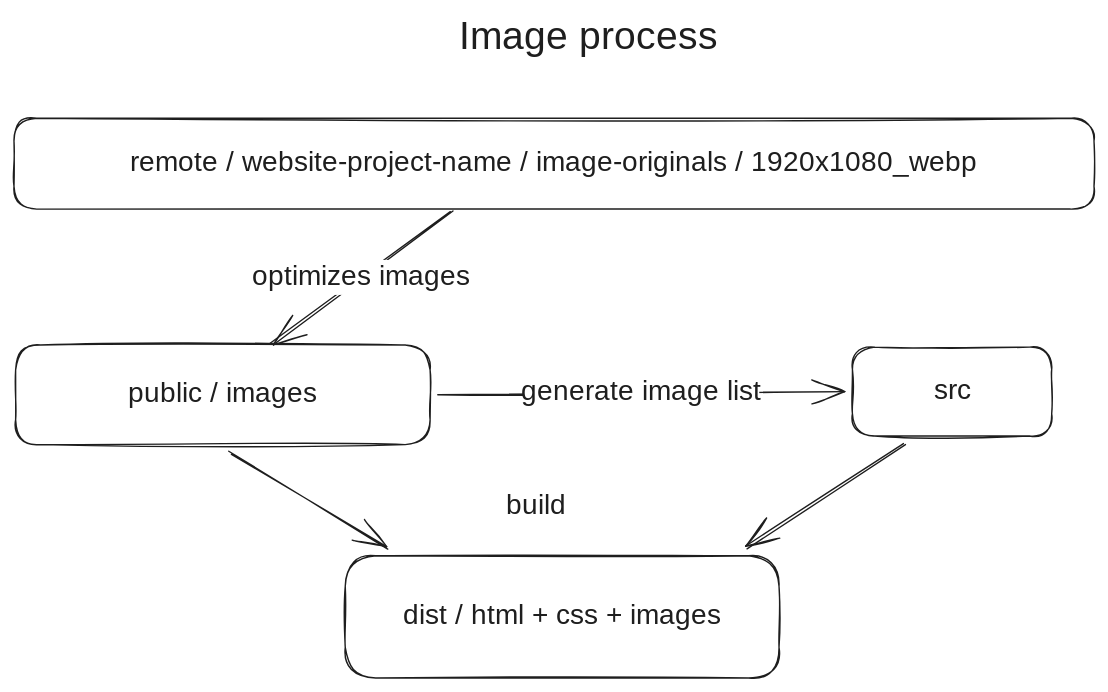
The Excalidraw diagram docs/arch/process_image_v1.excalidraw.svg in david1gp/optimize-images-web, before a commit. Source tidied: one line per element, renumbered; positions are measured from the earlier drawing's top-left corner, leaving out a move shared by most shapes.
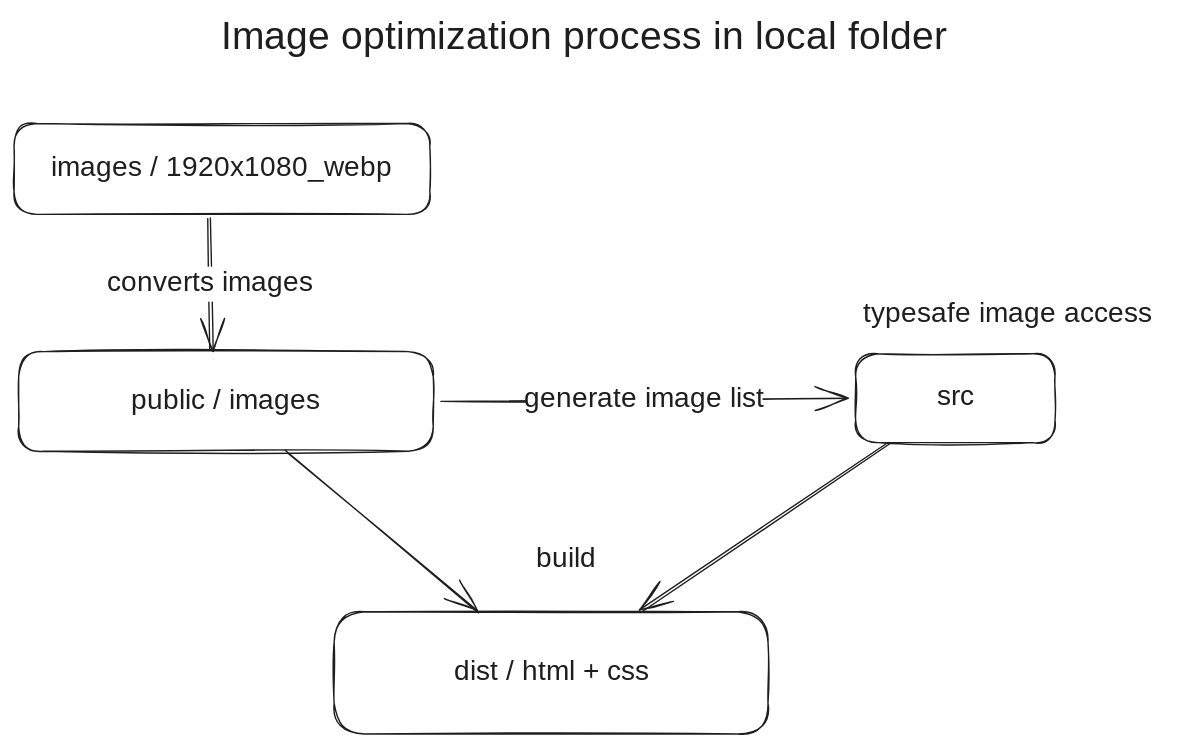
The same file after the commit.

Commit message:
feat(process): add process pipeline, syncing to/from remote with caching headers

Change to the diagram source:
```diff
@@ -1,16 +1,17 @@
-{"id": 0, "type": "text", "text": "Image process", "strokeColor": "#1e1e1e", "strokeWidth": 1, "roughness": 1, "fontSize": 28, "fontFamily": 5, "x": 318, "y": 0, "width": 195, "height": 35}
+{"id": 0, "type": "text", "text": "Image optimization process in local folder", "strokeColor": "#1e1e1e", "strokeWidth": 1, "roughness": 1, "fontSize": 28, "fontFamily": 5, "x": 146, "y": -5, "width": 567, "height": 35}
 {"id": 1, "type": "rectangle", "strokeColor": "#1e1e1e", "strokeWidth": 1, "roughness": 1, "round": true, "x": 599, "y": 238, "width": 142, "height": 63}
 {"id": 2, "type": "text", "text": "src", "strokeColor": "#1e1e1e", "strokeWidth": 1, "roughness": 1, "fontSize": 20, "fontFamily": 5, "textAlign": "center", "verticalAlign": "middle", "inside": 1, "x": 658, "y": 257, "width": 24, "height": 25}
-{"id": 3, "type": "rectangle", "strokeColor": "#1e1e1e", "strokeWidth": 1, "roughness": 1, "round": true, "x": 237, "y": 387, "width": 310, "height": 87}
+{"id": 3, "type": "rectangle", "strokeColor": "#1e1e1e", "strokeWidth": 1, "roughness": 1, "round": true, "x": 227, "y": 422, "width": 310, "height": 87}
-{"id": 4, "type": "text", "text": "dist / html + css + images", "strokeColor": "#1e1e1e", "strokeWidth": 1, "roughness": 1, "fontSize": 20, "fontFamily": 5, "textAlign": "center", "verticalAlign": "middle", "inside": 3, "x": 277, "y": 418, "width": 229, "height": 25}
+{"id": 4, "type": "text", "text": "dist / html + css", "strokeColor": "#1e1e1e", "strokeWidth": 1, "roughness": 1, "fontSize": 20, "fontFamily": 5, "textAlign": "center", "verticalAlign": "middle", "inside": 3, "x": 299, "y": 453, "width": 165, "height": 25}
-{"id": 5, "type": "arrow", "strokeColor": "#1e1e1e", "strokeWidth": 1, "roughness": 1, "endArrowhead": "arrow", "round": true, "from": 1, "to": 3, "x": 637, "y": 307, "width": 113, "height": 75, "points": [[0, 0], [-113, 75]]}
+{"id": 5, "type": "arrow", "strokeColor": "#1e1e1e", "strokeWidth": 1, "roughness": 1, "endArrowhead": "arrow", "round": true, "from": 1, "to": 3, "x": 624, "y": 301, "width": 178, "height": 121, "points": [[0, 0], [-178, 121]]}
-{"id": 6, "type": "rectangle", "strokeColor": "#1e1e1e", "strokeWidth": 1, "roughness": 1, "round": true, "x": 0, "y": 74, "width": 772, "height": 65}
+{"id": 6, "type": "rectangle", "strokeColor": "#1e1e1e", "strokeWidth": 1, "roughness": 1, "round": true, "x": -2, "y": 74, "width": 297, "height": 65}
-{"id": 7, "type": "text", "text": "remote / website-project-name / image-originals / 1920x1080_webp", "strokeColor": "#1e1e1e", "strokeWidth": 1, "roughness": 1, "fontSize": 20, "fontFamily": 5, "textAlign": "center", "verticalAlign": "middle", "inside": 6, "x": 57, "y": 94, "width": 658, "height": 25}
+{"id": 7, "type": "text", "text": "images / 1920x1080_webp", "strokeColor": "#1e1e1e", "strokeWidth": 1, "roughness": 1, "fontSize": 20, "fontFamily": 5, "textAlign": "center", "verticalAlign": "middle", "inside": 6, "x": 18, "y": 93, "width": 257, "height": 25}
-{"id": 8, "type": "arrow", "strokeColor": "#1e1e1e", "strokeWidth": 1, "roughness": 1, "endArrowhead": "arrow", "round": true, "from": 6, "to": 10, "x": 312, "y": 140, "width": 129, "height": 96, "points": [[0, 0], [-129, 96]]}
+{"id": 8, "type": "arrow", "strokeColor": "#1e1e1e", "strokeWidth": 1, "roughness": 1, "endArrowhead": "arrow", "round": true, "from": 6, "to": 10, "x": 137, "y": 140, "width": 1, "height": 96, "points": [[0, 0], [1, 96]]}
-{"id": 9, "type": "text", "text": "optimizes images", "strokeColor": "#1e1e1e", "strokeWidth": 1, "roughness": 1, "fontSize": 20, "fontFamily": 5, "textAlign": "center", "verticalAlign": "middle", "inside": 8, "x": 73, "y": 164, "width": 160, "height": 25}
+{"id": 9, "type": "text", "text": "converts images", "strokeColor": "#1e1e1e", "strokeWidth": 1, "roughness": 1, "fontSize": 20, "fontFamily": 5, "textAlign": "center", "verticalAlign": "middle", "inside": 8, "x": 171, "y": 176, "width": 155, "height": 25}
 {"id": 10, "type": "rectangle", "strokeColor": "#1e1e1e", "strokeWidth": 1, "roughness": 1, "round": true, "x": 1, "y": 236, "width": 296, "height": 71}
 {"id": 11, "type": "text", "text": "public / images", "strokeColor": "#1e1e1e", "strokeWidth": 1, "roughness": 1, "fontSize": 20, "fontFamily": 5, "textAlign": "center", "verticalAlign": "middle", "inside": 10, "x": 81, "y": 260, "width": 135, "height": 25}
-{"id": 12, "type": "arrow", "strokeColor": "#1e1e1e", "strokeWidth": 1, "roughness": 1, "endArrowhead": "arrow", "round": true, "from": 10, "to": 3, "x": 154, "y": 313, "width": 113, "height": 68, "points": [[0, 0], [113, 68]]}
+{"id": 12, "type": "arrow", "strokeColor": "#1e1e1e", "strokeWidth": 1, "roughness": 1, "endArrowhead": "arrow", "round": true, "from": 10, "to": 3, "x": 192, "y": 308, "width": 137, "height": 115, "points": [[0, 0], [137, 115]]}
-{"id": 13, "type": "text", "text": "build", "strokeColor": "#1e1e1e", "strokeWidth": 1, "roughness": 1, "fontSize": 20, "fontFamily": 5, "x": 352, "y": 340, "width": 44, "height": 25}
+{"id": 13, "type": "text", "text": "build", "strokeColor": "#1e1e1e", "strokeWidth": 1, "roughness": 1, "fontSize": 20, "fontFamily": 5, "x": 371, "y": 373, "width": 44, "height": 25}
 {"id": 14, "type": "arrow", "strokeColor": "#1e1e1e", "strokeWidth": 1, "roughness": 1, "endArrowhead": "arrow", "from": 10, "to": 1, "x": 303, "y": 272, "width": 291, "height": 2, "points": [[0, 0], [291, -2]]}
 {"id": 15, "type": "text", "text": "generate image list", "strokeColor": "#1e1e1e", "strokeWidth": 1, "roughness": 1, "fontSize": 20, "fontFamily": 5, "textAlign": "center", "verticalAlign": "middle", "inside": 14, "x": 364, "y": 258, "width": 169, "height": 25}
+{"id": 16, "type": "text", "text": "typesafe image access ", "strokeColor": "#1e1e1e", "strokeWidth": 2, "roughness": 1, "fontSize": 20, "fontFamily": 5, "x": 604, "y": 198, "width": 226, "height": 25}
```
